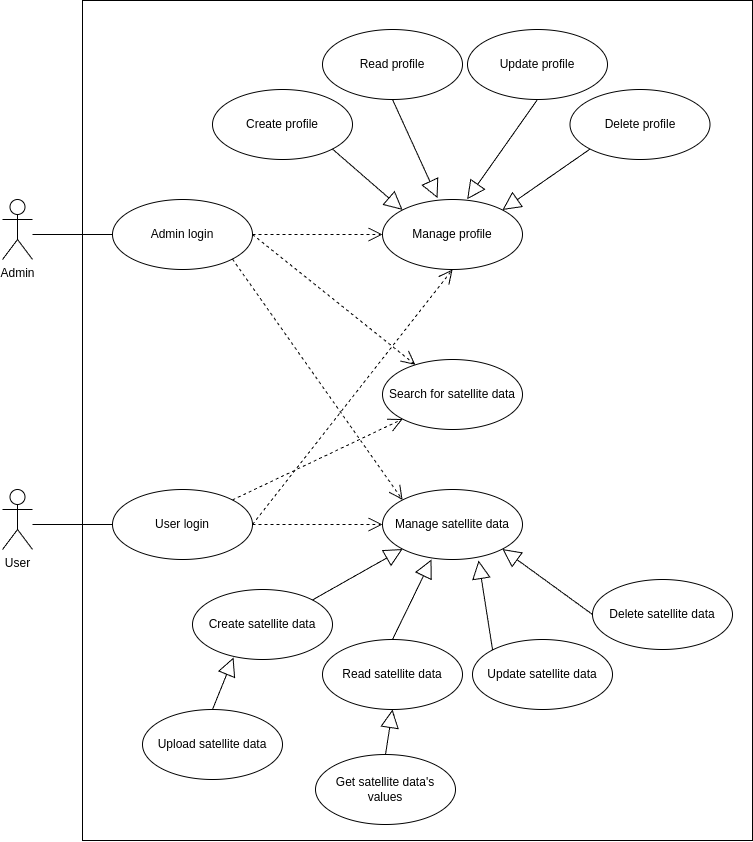
Above: documentation/images/use-cases.drawio.png in JustinTrvz/dews-datahub (draw.io), before the change. Source tidied: cells renumbered, new cells last; positions are measured from the earlier drawing's top-left corner, leaving out a move shared by most shapes. Its diagram source:
```xml
<mxGraphModel>
  <root>
    <mxCell id="0" />
    <mxCell id="1" parent="0" />
    <mxCell id="2" style="rounded=0;whiteSpace=wrap;html=1;" parent="1" vertex="1">
      <mxGeometry x="80" width="670" height="840" as="geometry" />
    </mxCell>
    <mxCell id="3" value="Admin" style="shape=umlActor;verticalLabelPosition=bottom;verticalAlign=top;html=1;" parent="1" vertex="1">
      <mxGeometry y="199" width="30" height="60" as="geometry" />
    </mxCell>
    <mxCell id="4" value="Upload satellite data" style="ellipse;whiteSpace=wrap;html=1;" parent="1" vertex="1">
      <mxGeometry x="140" y="709" width="140" height="70" as="geometry" />
    </mxCell>
    <mxCell id="5" value="Get satellite data's&lt;br&gt;values" style="ellipse;whiteSpace=wrap;html=1;" parent="1" vertex="1">
      <mxGeometry x="313" y="754" width="140" height="70" as="geometry" />
    </mxCell>
    <mxCell id="6" value="Manage satellite data" style="ellipse;whiteSpace=wrap;html=1;" parent="1" vertex="1">
      <mxGeometry x="380" y="489" width="140" height="70" as="geometry" />
    </mxCell>
    <mxCell id="7" value="Search for satellite data" style="ellipse;whiteSpace=wrap;html=1;" parent="1" vertex="1">
      <mxGeometry x="380" y="359" width="140" height="70" as="geometry" />
    </mxCell>
    <mxCell id="8" value="Create satellite data" style="ellipse;whiteSpace=wrap;html=1;" parent="1" vertex="1">
      <mxGeometry x="190" y="589" width="140" height="70" as="geometry" />
    </mxCell>
    <mxCell id="9" value="Delete satellite data" style="ellipse;whiteSpace=wrap;html=1;" parent="1" vertex="1">
      <mxGeometry x="590" y="579" width="140" height="70" as="geometry" />
    </mxCell>
    <mxCell id="10" value="Read profile" style="ellipse;whiteSpace=wrap;html=1;" parent="1" vertex="1">
      <mxGeometry x="320" y="29" width="140" height="70" as="geometry" />
    </mxCell>
    <mxCell id="11" value="User" style="shape=umlActor;verticalLabelPosition=bottom;verticalAlign=top;html=1;" parent="1" vertex="1">
      <mxGeometry y="489" width="30" height="60" as="geometry" />
    </mxCell>
    <mxCell id="12" value="Manage profile" style="ellipse;whiteSpace=wrap;html=1;" parent="1" vertex="1">
      <mxGeometry x="380" y="199" width="140" height="70" as="geometry" />
    </mxCell>
    <mxCell id="13" value="Delete profile" style="ellipse;whiteSpace=wrap;html=1;" parent="1" vertex="1">
      <mxGeometry x="567.5" y="89" width="140" height="70" as="geometry" />
    </mxCell>
    <mxCell id="14" value="Update profile" style="ellipse;whiteSpace=wrap;html=1;" parent="1" vertex="1">
      <mxGeometry x="465" y="29" width="140" height="70" as="geometry" />
    </mxCell>
    <mxCell id="15" value="Update satellite data" style="ellipse;whiteSpace=wrap;html=1;" parent="1" vertex="1">
      <mxGeometry x="470" y="639" width="140" height="70" as="geometry" />
    </mxCell>
    <mxCell id="16" value="Create profile" style="ellipse;whiteSpace=wrap;html=1;" parent="1" vertex="1">
      <mxGeometry x="210" y="89" width="140" height="70" as="geometry" />
    </mxCell>
    <mxCell id="17" value="Read satellite data" style="ellipse;whiteSpace=wrap;html=1;" parent="1" vertex="1">
      <mxGeometry x="320" y="639" width="140" height="70" as="geometry" />
    </mxCell>
    <mxCell id="18" value="Admin login" style="ellipse;whiteSpace=wrap;html=1;" parent="1" vertex="1">
      <mxGeometry x="110" y="199" width="140" height="70" as="geometry" />
    </mxCell>
    <mxCell id="19" style="endArrow=open;endSize=12;dashed=1;html=1;rounded=0;exitX=1;exitY=0.5;exitDx=0;exitDy=0;entryX=0;entryY=0.5;entryDx=0;entryDy=0;" parent="1" edge="1" source="18" target="12">
      <mxGeometry relative="1" as="geometry" />
    </mxCell>
    <mxCell id="20" style="endArrow=block;endSize=16;endFill=0;html=1;rounded=0;entryX=1;entryY=0;entryDx=0;entryDy=0;exitX=0;exitY=1;exitDx=0;exitDy=0;" parent="1" edge="1" source="13" target="12">
      <mxGeometry relative="1" as="geometry" />
    </mxCell>
    <mxCell id="21" style="endArrow=open;endSize=12;dashed=1;html=1;rounded=0;exitX=1;exitY=0.5;exitDx=0;exitDy=0;entryX=0.5;entryY=1;entryDx=0;entryDy=0;" parent="1" edge="1" source="22" target="12">
      <mxGeometry relative="1" as="geometry" />
    </mxCell>
    <mxCell id="22" value="User login" style="ellipse;whiteSpace=wrap;html=1;" parent="1" vertex="1">
      <mxGeometry x="110" y="489" width="140" height="70" as="geometry" />
    </mxCell>
    <mxCell id="23" style="endArrow=block;endSize=16;endFill=0;html=1;rounded=0;entryX=0.605;entryY=-0.004;entryDx=0;entryDy=0;exitX=0.5;exitY=1;exitDx=0;exitDy=0;entryPerimeter=0;" parent="1" edge="1" source="14" target="12">
      <mxGeometry relative="1" as="geometry" />
    </mxCell>
    <mxCell id="24" style="endArrow=block;endSize=16;endFill=0;html=1;rounded=0;entryX=0.393;entryY=-0.02;entryDx=0;entryDy=0;exitX=0.5;exitY=1;exitDx=0;exitDy=0;entryPerimeter=0;" parent="1" edge="1" source="10" target="12">
      <mxGeometry relative="1" as="geometry" />
    </mxCell>
    <mxCell id="25" style="endArrow=block;endSize=16;endFill=0;html=1;rounded=0;entryX=0;entryY=0;entryDx=0;entryDy=0;exitX=1;exitY=1;exitDx=0;exitDy=0;" parent="1" edge="1" source="16" target="12">
      <mxGeometry relative="1" as="geometry" />
    </mxCell>
    <mxCell id="26" style="endArrow=open;endSize=12;dashed=1;html=1;rounded=0;exitX=1;exitY=1;exitDx=0;exitDy=0;entryX=0;entryY=0;entryDx=0;entryDy=0;" parent="1" edge="1" source="18" target="6">
      <mxGeometry relative="1" as="geometry" />
    </mxCell>
    <mxCell id="27" style="endArrow=open;endSize=12;dashed=1;html=1;rounded=0;exitX=1;exitY=0.5;exitDx=0;exitDy=0;entryX=0;entryY=0.5;entryDx=0;entryDy=0;" parent="1" edge="1" source="22" target="6">
      <mxGeometry relative="1" as="geometry" />
    </mxCell>
    <mxCell id="28" style="endArrow=open;endSize=12;dashed=1;html=1;rounded=0;exitX=1;exitY=0.5;exitDx=0;exitDy=0;" parent="1" edge="1" source="18" target="7">
      <mxGeometry relative="1" as="geometry" />
    </mxCell>
    <mxCell id="29" style="endArrow=open;endSize=12;dashed=1;html=1;rounded=0;exitX=1;exitY=0;exitDx=0;exitDy=0;entryX=0;entryY=1;entryDx=0;entryDy=0;" parent="1" edge="1" source="22" target="7">
      <mxGeometry relative="1" as="geometry" />
    </mxCell>
    <mxCell id="30" style="endArrow=block;endSize=16;endFill=0;html=1;rounded=0;entryX=0;entryY=1;entryDx=0;entryDy=0;exitX=1;exitY=0;exitDx=0;exitDy=0;" parent="1" edge="1" source="8" target="6">
      <mxGeometry relative="1" as="geometry" />
    </mxCell>
    <mxCell id="31" style="endArrow=block;endSize=16;endFill=0;html=1;rounded=0;entryX=0.35;entryY=1;entryDx=0;entryDy=0;exitX=0.5;exitY=0;exitDx=0;exitDy=0;entryPerimeter=0;" parent="1" edge="1" source="17" target="6">
      <mxGeometry relative="1" as="geometry" />
    </mxCell>
    <mxCell id="32" style="endArrow=block;endSize=16;endFill=0;html=1;rounded=0;entryX=0.686;entryY=1.014;entryDx=0;entryDy=0;exitX=0;exitY=0;exitDx=0;exitDy=0;entryPerimeter=0;" parent="1" edge="1" source="15" target="6">
      <mxGeometry relative="1" as="geometry" />
    </mxCell>
    <mxCell id="33" style="endArrow=block;endSize=16;endFill=0;html=1;rounded=0;entryX=1;entryY=1;entryDx=0;entryDy=0;exitX=0;exitY=0.5;exitDx=0;exitDy=0;" parent="1" edge="1" source="9" target="6">
      <mxGeometry relative="1" as="geometry" />
    </mxCell>
    <mxCell id="34" style="endArrow=block;endSize=16;endFill=0;html=1;rounded=0;entryX=0.293;entryY=0.971;entryDx=0;entryDy=0;exitX=0.5;exitY=0;exitDx=0;exitDy=0;entryPerimeter=0;" parent="1" edge="1" source="4" target="8">
      <mxGeometry relative="1" as="geometry" />
    </mxCell>
    <mxCell id="35" style="endArrow=block;endSize=16;endFill=0;html=1;rounded=0;entryX=0.5;entryY=1;entryDx=0;entryDy=0;exitX=0.5;exitY=0;exitDx=0;exitDy=0;" parent="1" edge="1" source="5" target="17">
      <mxGeometry relative="1" as="geometry" />
    </mxCell>
    <mxCell id="36" style="endArrow=none;html=1;rounded=0;entryX=0;entryY=0.5;entryDx=0;entryDy=0;" parent="1" edge="1" target="18">
      <mxGeometry relative="1" as="geometry">
        <mxPoint x="30" y="234" as="sourcePoint" />
      </mxGeometry>
    </mxCell>
    <mxCell id="37" style="endArrow=none;html=1;rounded=0;entryX=0;entryY=0.5;entryDx=0;entryDy=0;" parent="1" edge="1" target="22">
      <mxGeometry relative="1" as="geometry">
        <mxPoint x="30" y="524" as="sourcePoint" />
      </mxGeometry>
    </mxCell>
  </root>
</mxGraphModel>
```
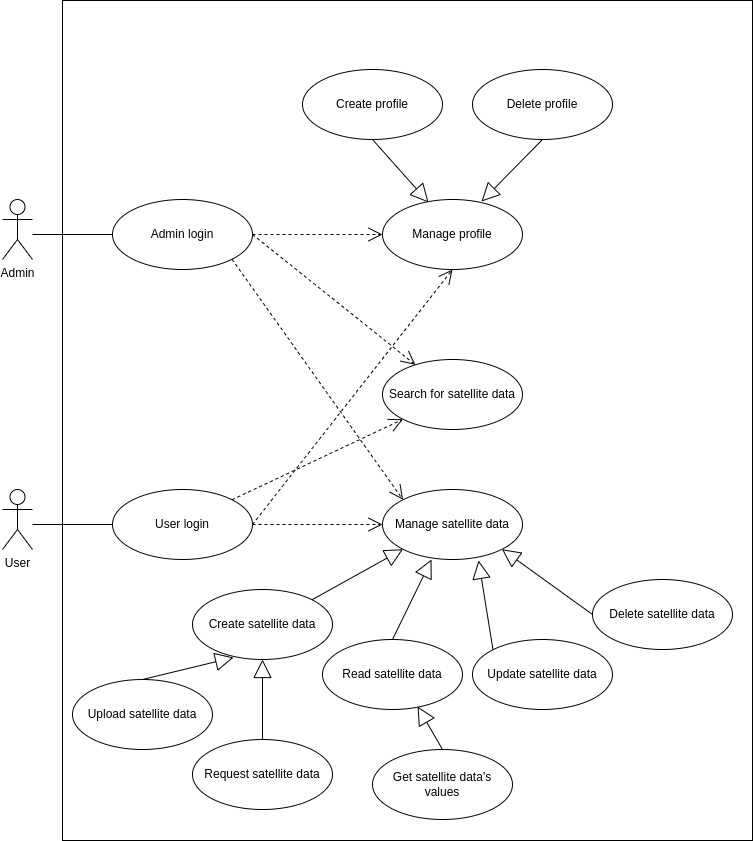
The same diagram one commit later.

What changed in the source:
```diff
@@ -3,16 +3,16 @@
     <mxCell id="0" />
     <mxCell id="1" parent="0" />
     <mxCell id="2" style="rounded=0;whiteSpace=wrap;html=1;" parent="1" vertex="1">
-      <mxGeometry x="80" width="670" height="840" as="geometry" />
+      <mxGeometry x="60" width="690" height="840" as="geometry" />
     </mxCell>
     <mxCell id="3" value="Admin" style="shape=umlActor;verticalLabelPosition=bottom;verticalAlign=top;html=1;" parent="1" vertex="1">
       <mxGeometry y="199" width="30" height="60" as="geometry" />
     </mxCell>
     <mxCell id="4" value="Upload satellite data" style="ellipse;whiteSpace=wrap;html=1;" parent="1" vertex="1">
-      <mxGeometry x="140" y="709" width="140" height="70" as="geometry" />
+      <mxGeometry x="70" y="679" width="140" height="70" as="geometry" />
     </mxCell>
     <mxCell id="5" value="Get satellite data's&lt;br&gt;values" style="ellipse;whiteSpace=wrap;html=1;" parent="1" vertex="1">
-      <mxGeometry x="313" y="754" width="140" height="70" as="geometry" />
+      <mxGeometry x="370" y="749" width="140" height="70" as="geometry" />
     </mxCell>
     <mxCell id="6" value="Manage satellite data" style="ellipse;whiteSpace=wrap;html=1;" parent="1" vertex="1">
       <mxGeometry x="380" y="489" width="140" height="70" as="geometry" />
@@ -26,9 +26,6 @@
     <mxCell id="9" value="Delete satellite data" style="ellipse;whiteSpace=wrap;html=1;" parent="1" vertex="1">
       <mxGeometry x="590" y="579" width="140" height="70" as="geometry" />
     </mxCell>
-    <mxCell id="10" value="Read profile" style="ellipse;whiteSpace=wrap;html=1;" parent="1" vertex="1">
-      <mxGeometry x="320" y="29" width="140" height="70" as="geometry" />
-    </mxCell>
     <mxCell id="11" value="User" style="shape=umlActor;verticalLabelPosition=bottom;verticalAlign=top;html=1;" parent="1" vertex="1">
       <mxGeometry y="489" width="30" height="60" as="geometry" />
     </mxCell>
@@ -36,16 +33,13 @@
       <mxGeometry x="380" y="199" width="140" height="70" as="geometry" />
     </mxCell>
     <mxCell id="13" value="Delete profile" style="ellipse;whiteSpace=wrap;html=1;" parent="1" vertex="1">
-      <mxGeometry x="567.5" y="89" width="140" height="70" as="geometry" />
+      <mxGeometry x="470" y="69" width="140" height="70" as="geometry" />
     </mxCell>
-    <mxCell id="14" value="Update profile" style="ellipse;whiteSpace=wrap;html=1;" parent="1" vertex="1">
-      <mxGeometry x="465" y="29" width="140" height="70" as="geometry" />
-    </mxCell>
     <mxCell id="15" value="Update satellite data" style="ellipse;whiteSpace=wrap;html=1;" parent="1" vertex="1">
       <mxGeometry x="470" y="639" width="140" height="70" as="geometry" />
     </mxCell>
     <mxCell id="16" value="Create profile" style="ellipse;whiteSpace=wrap;html=1;" parent="1" vertex="1">
-      <mxGeometry x="210" y="89" width="140" height="70" as="geometry" />
+      <mxGeometry x="300" y="69" width="140" height="70" as="geometry" />
     </mxCell>
     <mxCell id="17" value="Read satellite data" style="ellipse;whiteSpace=wrap;html=1;" parent="1" vertex="1">
       <mxGeometry x="320" y="639" width="140" height="70" as="geometry" />
@@ -56,7 +50,7 @@
     <mxCell id="19" style="endArrow=open;endSize=12;dashed=1;html=1;rounded=0;exitX=1;exitY=0.5;exitDx=0;exitDy=0;entryX=0;entryY=0.5;entryDx=0;entryDy=0;" parent="1" edge="1" source="18" target="12">
       <mxGeometry relative="1" as="geometry" />
     </mxCell>
-    <mxCell id="20" style="endArrow=block;endSize=16;endFill=0;html=1;rounded=0;entryX=1;entryY=0;entryDx=0;entryDy=0;exitX=0;exitY=1;exitDx=0;exitDy=0;" parent="1" edge="1" source="13" target="12">
+    <mxCell id="20" style="endArrow=block;endSize=16;endFill=0;html=1;rounded=0;entryX=0.707;entryY=0.029;entryDx=0;entryDy=0;exitX=0.5;exitY=1;exitDx=0;exitDy=0;entryPerimeter=0;" parent="1" edge="1" source="13" target="12">
       <mxGeometry relative="1" as="geometry" />
     </mxCell>
     <mxCell id="21" style="endArrow=open;endSize=12;dashed=1;html=1;rounded=0;exitX=1;exitY=0.5;exitDx=0;exitDy=0;entryX=0.5;entryY=1;entryDx=0;entryDy=0;" parent="1" edge="1" source="22" target="12">
@@ -65,13 +59,7 @@
     <mxCell id="22" value="User login" style="ellipse;whiteSpace=wrap;html=1;" parent="1" vertex="1">
       <mxGeometry x="110" y="489" width="140" height="70" as="geometry" />
     </mxCell>
-    <mxCell id="23" style="endArrow=block;endSize=16;endFill=0;html=1;rounded=0;entryX=0.605;entryY=-0.004;entryDx=0;entryDy=0;exitX=0.5;exitY=1;exitDx=0;exitDy=0;entryPerimeter=0;" parent="1" edge="1" source="14" target="12">
-      <mxGeometry relative="1" as="geometry" />
-    </mxCell>
-    <mxCell id="24" style="endArrow=block;endSize=16;endFill=0;html=1;rounded=0;entryX=0.393;entryY=-0.02;entryDx=0;entryDy=0;exitX=0.5;exitY=1;exitDx=0;exitDy=0;entryPerimeter=0;" parent="1" edge="1" source="10" target="12">
-      <mxGeometry relative="1" as="geometry" />
-    </mxCell>
-    <mxCell id="25" style="endArrow=block;endSize=16;endFill=0;html=1;rounded=0;entryX=0;entryY=0;entryDx=0;entryDy=0;exitX=1;exitY=1;exitDx=0;exitDy=0;" parent="1" edge="1" source="16" target="12">
+    <mxCell id="25" style="endArrow=block;endSize=16;endFill=0;html=1;rounded=0;entryX=0.329;entryY=0.043;entryDx=0;entryDy=0;exitX=0.5;exitY=1;exitDx=0;exitDy=0;entryPerimeter=0;" parent="1" edge="1" source="16" target="12">
       <mxGeometry relative="1" as="geometry" />
     </mxCell>
     <mxCell id="26" style="endArrow=open;endSize=12;dashed=1;html=1;rounded=0;exitX=1;exitY=1;exitDx=0;exitDy=0;entryX=0;entryY=0;entryDx=0;entryDy=0;" parent="1" edge="1" source="18" target="6">
@@ -101,7 +89,7 @@
     <mxCell id="34" style="endArrow=block;endSize=16;endFill=0;html=1;rounded=0;entryX=0.293;entryY=0.971;entryDx=0;entryDy=0;exitX=0.5;exitY=0;exitDx=0;exitDy=0;entryPerimeter=0;" parent="1" edge="1" source="4" target="8">
       <mxGeometry relative="1" as="geometry" />
     </mxCell>
-    <mxCell id="35" style="endArrow=block;endSize=16;endFill=0;html=1;rounded=0;entryX=0.5;entryY=1;entryDx=0;entryDy=0;exitX=0.5;exitY=0;exitDx=0;exitDy=0;" parent="1" edge="1" source="5" target="17">
+    <mxCell id="35" style="endArrow=block;endSize=16;endFill=0;html=1;rounded=0;entryX=0.679;entryY=0.957;entryDx=0;entryDy=0;exitX=0.5;exitY=0;exitDx=0;exitDy=0;entryPerimeter=0;" parent="1" edge="1" source="5" target="17">
       <mxGeometry relative="1" as="geometry" />
     </mxCell>
     <mxCell id="36" style="endArrow=none;html=1;rounded=0;entryX=0;entryY=0.5;entryDx=0;entryDy=0;" parent="1" edge="1" target="18">
@@ -114,5 +102,11 @@
         <mxPoint x="30" y="524" as="sourcePoint" />
       </mxGeometry>
     </mxCell>
+    <mxCell id="38" value="Request satellite data" style="ellipse;whiteSpace=wrap;html=1;" parent="1" vertex="1">
+      <mxGeometry x="190" y="739" width="140" height="70" as="geometry" />
+    </mxCell>
+    <mxCell id="39" style="endArrow=block;endSize=16;endFill=0;html=1;rounded=0;entryX=0.5;entryY=1;entryDx=0;entryDy=0;exitX=0.5;exitY=0;exitDx=0;exitDy=0;" parent="1" edge="1" source="38" target="8">
+      <mxGeometry relative="1" as="geometry" />
+    </mxCell>
   </root>
 </mxGraphModel>
```
